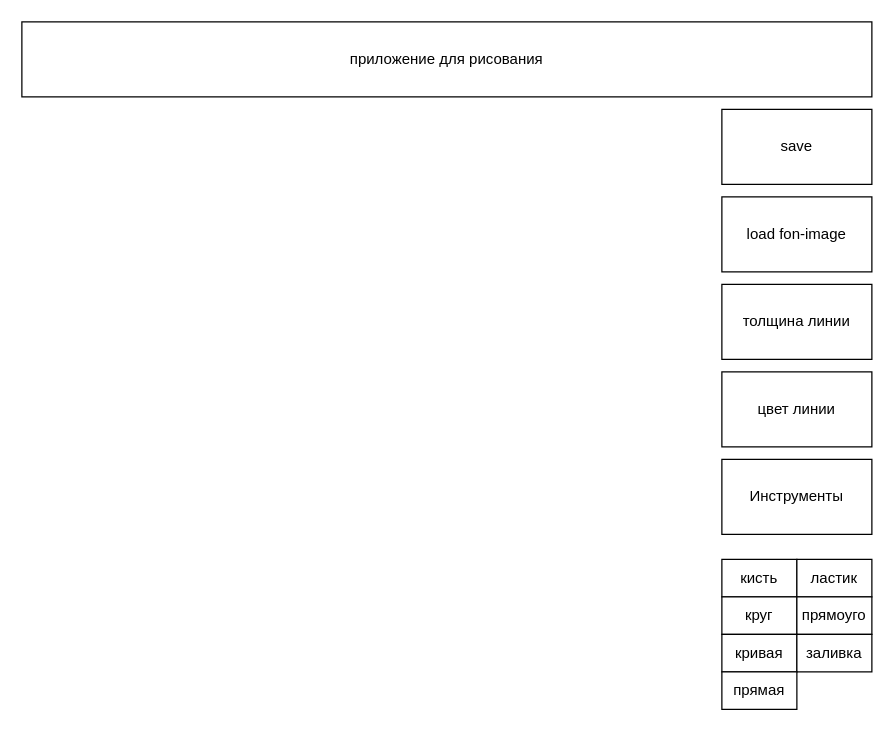
AndreyUytov/drawing-app keeps this draw.io diagram as page "Page-2" (2 of 2) of Untitled Diagram.drawio. Above is the earlier version. Source tidied: cells renumbered, new cells numbered last; positions are measured from the earlier drawing's top-left corner, leaving out a move shared by most shapes. Both pictures are drawn from the tidied source at 125%, with x=0, y=0 at pixel (21, 21).
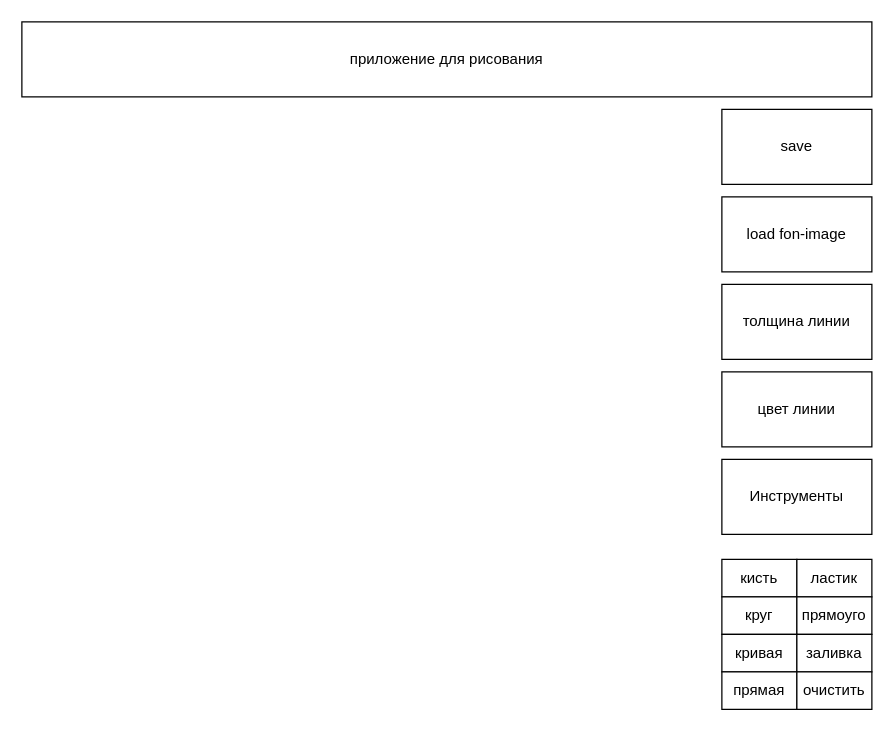
After the change.

What changed in the source:
```diff
@@
 <mxGraphModel>
   <root>
     <mxCell id="0" />
     <mxCell id="1" parent="0" />
     <mxCell id="2" value="save" style="rounded=0;whiteSpace=wrap;html=1;comic=0;" parent="1" vertex="1">
       <mxGeometry x="560" y="70" width="120" height="60" as="geometry" />
     </mxCell>
     <mxCell id="3" value="load fon-image" style="rounded=0;whiteSpace=wrap;html=1;comic=0;" parent="1" vertex="1">
       <mxGeometry x="560" y="140" width="120" height="60" as="geometry" />
     </mxCell>
     <mxCell id="4" value="толщина линии" style="rounded=0;whiteSpace=wrap;html=1;comic=0;" parent="1" vertex="1">
       <mxGeometry x="560" y="210" width="120" height="60" as="geometry" />
     </mxCell>
     <mxCell id="5" value="цвет линии" style="rounded=0;whiteSpace=wrap;html=1;comic=0;" parent="1" vertex="1">
       <mxGeometry x="560" y="280" width="120" height="60" as="geometry" />
     </mxCell>
     <mxCell id="6" value="Инструменты" style="rounded=0;whiteSpace=wrap;html=1;comic=0;" parent="1" vertex="1">
       <mxGeometry x="560" y="350" width="120" height="60" as="geometry" />
     </mxCell>
     <mxCell id="7" value="кисть" style="rounded=0;whiteSpace=wrap;html=1;comic=0;" parent="1" vertex="1">
       <mxGeometry x="560" y="430" width="60" height="30" as="geometry" />
     </mxCell>
     <mxCell id="8" value="ластик" style="rounded=0;whiteSpace=wrap;html=1;comic=0;" parent="1" vertex="1">
       <mxGeometry x="620" y="430" width="60" height="30" as="geometry" />
     </mxCell>
     <mxCell id="9" value="круг" style="rounded=0;whiteSpace=wrap;html=1;comic=0;" parent="1" vertex="1">
       <mxGeometry x="560" y="460" width="60" height="30" as="geometry" />
     </mxCell>
     <mxCell id="10" value="прямоуго" style="rounded=0;whiteSpace=wrap;html=1;comic=0;" parent="1" vertex="1">
       <mxGeometry x="620" y="460" width="60" height="30" as="geometry" />
     </mxCell>
     <mxCell id="11" value="кривая" style="rounded=0;whiteSpace=wrap;html=1;comic=0;" parent="1" vertex="1">
       <mxGeometry x="560" y="490" width="60" height="30" as="geometry" />
     </mxCell>
     <mxCell id="12" value="заливка" style="rounded=0;whiteSpace=wrap;html=1;comic=0;" parent="1" vertex="1">
       <mxGeometry x="620" y="490" width="60" height="30" as="geometry" />
     </mxCell>
     <mxCell id="13" value="приложение для рисования" style="rounded=0;whiteSpace=wrap;html=1;comic=0;" parent="1" vertex="1">
       <mxGeometry width="680" height="60" as="geometry" />
     </mxCell>
     <mxCell id="14" value="прямая" style="rounded=0;whiteSpace=wrap;html=1;comic=0;" parent="1" vertex="1">
       <mxGeometry x="560" y="520" width="60" height="30" as="geometry" />
     </mxCell>
+    <mxCell id="15" value="очистить" style="rounded=0;whiteSpace=wrap;html=1;comic=0;" parent="1" vertex="1">
+      <mxGeometry x="620" y="520" width="60" height="30" as="geometry" />
+    </mxCell>
   </root>
 </mxGraphModel>
```
